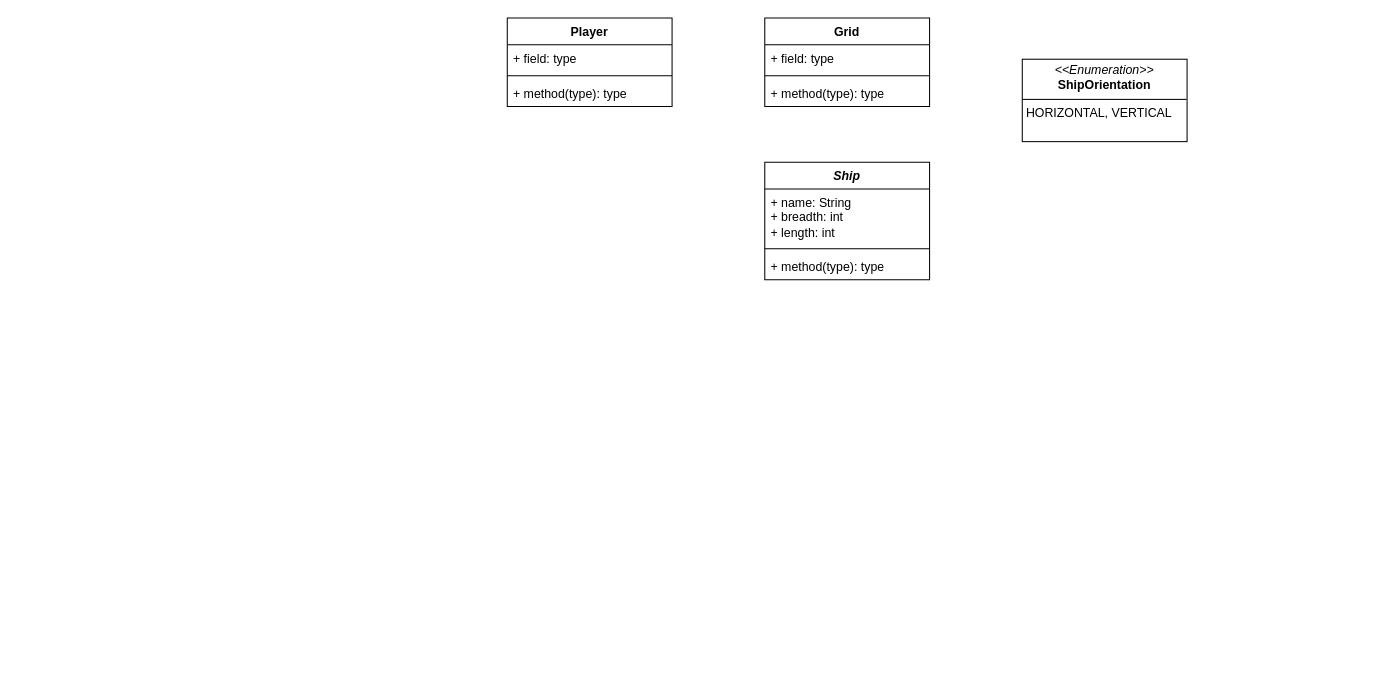
Before: lld/class_diagrams/battleship.drawio in nityabhaskar21/java_projects, a draw.io diagram. Source tidied: cells renumbered, new cells numbered last; positions are measured from the earlier drawing's top-left corner, leaving out a move shared by most shapes. Both pictures are drawn from the tidied source at 103%, with x=0, y=0 at pixel (507, 18).
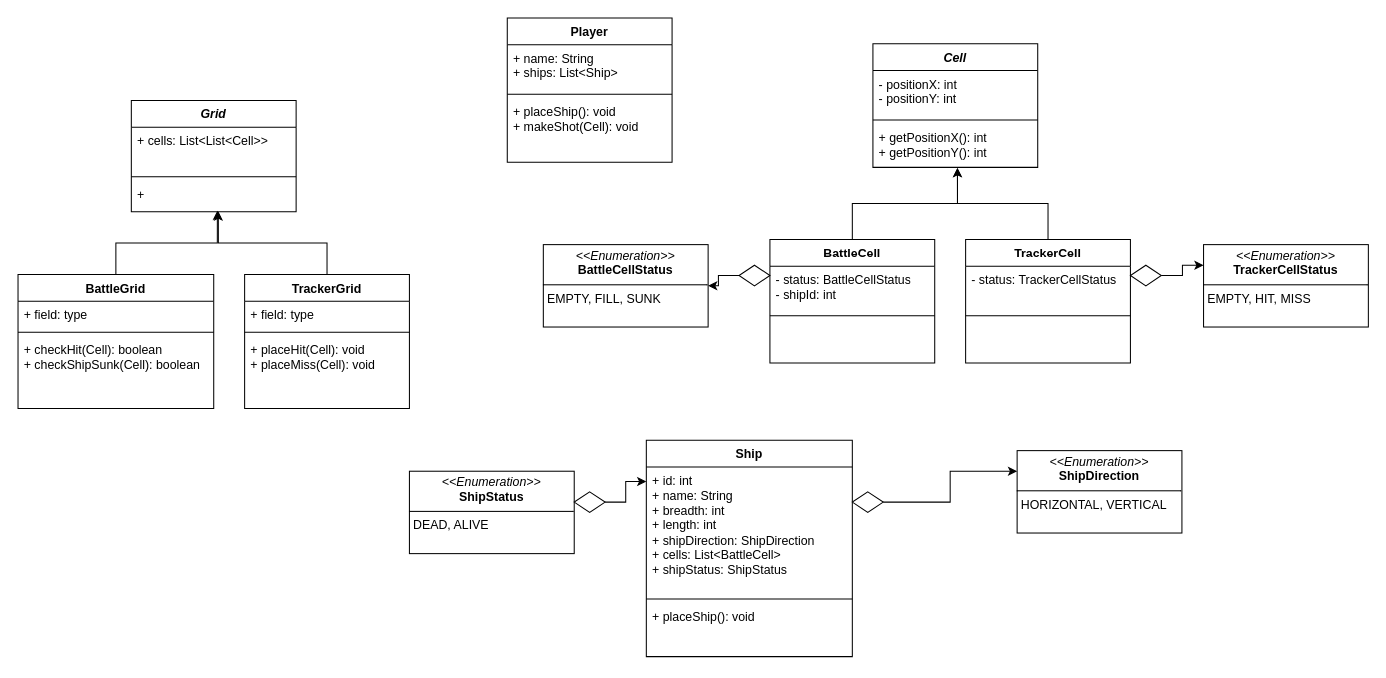
The same diagram, later.

Change to the diagram source:
```diff
@@
     <mxCell id="2" value="Player" style="swimlane;fontStyle=1;align=center;verticalAlign=top;horizontal=1;startSize=26;whiteSpace=wrap;html=1;" parent="1" vertex="1">
-      <mxGeometry width="160" height="86" as="geometry" />
+      <mxGeometry width="160" height="140" as="geometry" />
     </mxCell>
-    <mxCell id="3" value="+ field: type" style="text;strokeColor=none;fillColor=none;align=left;verticalAlign=top;spacingLeft=4;spacingRight=4;overflow=hidden;whiteSpace=wrap;html=1;" parent="2" vertex="1">
-      <mxGeometry y="26" width="160" height="26" as="geometry" />
+    <mxCell id="3" value="+ name: String&lt;div&gt;+ ships: List&amp;lt;Ship&amp;gt;&lt;/div&gt;" style="text;strokeColor=none;fillColor=none;align=left;verticalAlign=top;spacingLeft=4;spacingRight=4;overflow=hidden;whiteSpace=wrap;html=1;" parent="2" vertex="1">
+      <mxGeometry y="26" width="160" height="44" as="geometry" />
     </mxCell>
     <mxCell id="4" style="line;strokeWidth=1;fillColor=none;align=left;verticalAlign=middle;spacingTop=-1;spacingLeft=3;spacingRight=3;labelPosition=right;strokeColor=inherit;" parent="2" vertex="1">
-      <mxGeometry y="52" width="160" height="8" as="geometry" />
+      <mxGeometry y="70" width="160" height="8" as="geometry" />
     </mxCell>
-    <mxCell id="5" value="+ method(type): type" style="text;strokeColor=none;fillColor=none;align=left;verticalAlign=top;spacingLeft=4;spacingRight=4;overflow=hidden;whiteSpace=wrap;html=1;" parent="2" vertex="1">
-      <mxGeometry y="60" width="160" height="26" as="geometry" />
+    <mxCell id="5" value="+ placeShip(): void&lt;div&gt;+ makeShot(Cell): void&lt;/div&gt;" style="text;strokeColor=none;fillColor=none;align=left;verticalAlign=top;spacingLeft=4;spacingRight=4;overflow=hidden;whiteSpace=wrap;html=1;" parent="2" vertex="1">
+      <mxGeometry y="78" width="160" height="62" as="geometry" />
     </mxCell>
+    <mxCell id="15" style="group;" parent="1" vertex="1">
+      <mxGeometry x="-475" y="80" width="380" height="299" as="geometry" />
+    </mxCell>
+    <mxCell id="11" value="&lt;i&gt;Grid&lt;/i&gt;" style="swimlane;fontStyle=1;align=center;verticalAlign=top;horizontal=1;startSize=26;whiteSpace=wrap;html=1;" parent="15" vertex="1">
+      <mxGeometry x="110" width="160" height="108" as="geometry" />
+    </mxCell>
+    <mxCell id="12" value="+ cells: List&amp;lt;List&amp;lt;Cell&amp;gt;&amp;gt;&lt;div&gt;&lt;br&gt;&lt;/div&gt;" style="text;strokeColor=none;fillColor=none;align=left;verticalAlign=top;spacingLeft=4;spacingRight=4;overflow=hidden;whiteSpace=wrap;html=1;" parent="11" vertex="1">
+      <mxGeometry y="26" width="160" height="44" as="geometry" />
+    </mxCell>
+    <mxCell id="13" style="line;strokeWidth=1;fillColor=none;align=left;verticalAlign=middle;spacingTop=-1;spacingLeft=3;spacingRight=3;labelPosition=right;strokeColor=inherit;" parent="11" vertex="1">
+      <mxGeometry y="70" width="160" height="8" as="geometry" />
+    </mxCell>
+    <mxCell id="14" value="+" style="text;strokeColor=none;fillColor=none;align=left;verticalAlign=top;spacingLeft=4;spacingRight=4;overflow=hidden;points=[[0,0.5],[1,0.5]];portConstraint=eastwest;whiteSpace=wrap;html=1;" parent="11" vertex="1">
+      <mxGeometry y="78" width="160" height="30" as="geometry" />
+    </mxCell>
+    <mxCell id="16" value="BattleGrid" style="swimlane;fontStyle=1;align=center;verticalAlign=top;horizontal=1;startSize=26;whiteSpace=wrap;html=1;" parent="15" vertex="1">
+      <mxGeometry y="169" width="190" height="130" as="geometry" />
+    </mxCell>
+    <mxCell id="17" value="+ field: type" style="text;strokeColor=none;fillColor=none;align=left;verticalAlign=top;spacingLeft=4;spacingRight=4;overflow=hidden;whiteSpace=wrap;html=1;" parent="16" vertex="1">
+      <mxGeometry y="26" width="190" height="26" as="geometry" />
+    </mxCell>
+    <mxCell id="18" style="line;strokeWidth=1;fillColor=none;align=left;verticalAlign=middle;spacingTop=-1;spacingLeft=3;spacingRight=3;labelPosition=right;strokeColor=inherit;" parent="16" vertex="1">
+      <mxGeometry y="52" width="190" height="8" as="geometry" />
+    </mxCell>
+    <mxCell id="19" value="+ checkHit(Cell): boolean&lt;div&gt;+ checkShipSunk(Cell): boolean&lt;/div&gt;" style="text;strokeColor=none;fillColor=none;align=left;verticalAlign=top;spacingLeft=4;spacingRight=4;overflow=hidden;whiteSpace=wrap;html=1;" parent="16" vertex="1">
+      <mxGeometry y="60" width="190" height="70" as="geometry" />
+    </mxCell>
+    <mxCell id="20" value="TrackerGrid" style="swimlane;fontStyle=1;align=center;verticalAlign=top;horizontal=1;startSize=26;whiteSpace=wrap;html=1;" parent="15" vertex="1">
+      <mxGeometry x="220" y="169" width="160" height="130" as="geometry" />
+    </mxCell>
+    <mxCell id="21" value="+ field: type" style="text;strokeColor=none;fillColor=none;align=left;verticalAlign=top;spacingLeft=4;spacingRight=4;overflow=hidden;whiteSpace=wrap;html=1;" parent="20" vertex="1">
+      <mxGeometry y="26" width="160" height="26" as="geometry" />
+    </mxCell>
+    <mxCell id="22" style="line;strokeWidth=1;fillColor=none;align=left;verticalAlign=middle;spacingTop=-1;spacingLeft=3;spacingRight=3;labelPosition=right;strokeColor=inherit;" parent="20" vertex="1">
+      <mxGeometry y="52" width="160" height="8" as="geometry" />
+    </mxCell>
+    <mxCell id="23" value="+ placeHit(Cell): void&lt;div&gt;+ placeMiss(Cell): void&lt;/div&gt;" style="text;strokeColor=none;fillColor=none;align=left;verticalAlign=top;spacingLeft=4;spacingRight=4;overflow=hidden;whiteSpace=wrap;html=1;" parent="20" vertex="1">
+      <mxGeometry y="60" width="160" height="70" as="geometry" />
+    </mxCell>
+    <mxCell id="24" style="edgeStyle=orthogonalEdgeStyle;rounded=0;jettySize=auto;html=1;entryX=0.522;entryY=0.967;entryDx=0;entryDy=0;entryPerimeter=0;" parent="15" edge="1" source="16" target="14">
+      <mxGeometry relative="1" as="geometry" />
+    </mxCell>
+    <mxCell id="25" style="edgeStyle=orthogonalEdgeStyle;rounded=0;jettySize=auto;html=1;entryX=0.528;entryY=0.993;entryDx=0;entryDy=0;entryPerimeter=0;" parent="15" edge="1" source="20" target="14">
+      <mxGeometry relative="1" as="geometry" />
+    </mxCell>
+    <mxCell id="26" style="group;" parent="1" vertex="1">
+      <mxGeometry x="175" y="25" width="530" height="310" as="geometry" />
+    </mxCell>
+    <mxCell id="27" value="&lt;i&gt;Cell&lt;/i&gt;" style="swimlane;fontStyle=1;align=center;verticalAlign=top;horizontal=1;startSize=26;whiteSpace=wrap;html=1;" parent="26" vertex="1">
+      <mxGeometry x="180" width="160" height="120" as="geometry" />
+    </mxCell>
+    <mxCell id="28" value="- positionX: int&lt;div&gt;- positionY: int&lt;/div&gt;" style="text;strokeColor=none;fillColor=none;align=left;verticalAlign=top;spacingLeft=4;spacingRight=4;overflow=hidden;whiteSpace=wrap;html=1;" parent="27" vertex="1">
+      <mxGeometry y="26" width="160" height="44" as="geometry" />
+    </mxCell>
+    <mxCell id="29" style="line;strokeWidth=1;fillColor=none;align=left;verticalAlign=middle;spacingTop=-1;spacingLeft=3;spacingRight=3;labelPosition=right;strokeColor=inherit;" parent="27" vertex="1">
+      <mxGeometry y="70" width="160" height="8" as="geometry" />
+    </mxCell>
+    <mxCell id="30" value="+ getPositionX(): int&lt;div&gt;+ getPositionY(): int&lt;br&gt;&lt;/div&gt;" style="text;strokeColor=none;fillColor=none;align=left;verticalAlign=top;spacingLeft=4;spacingRight=4;overflow=hidden;points=[[0,0.5],[1,0.5]];portConstraint=eastwest;whiteSpace=wrap;html=1;" parent="27" vertex="1">
+      <mxGeometry y="78" width="160" height="42" as="geometry" />
+    </mxCell>
+    <mxCell id="31" value="BattleCell" style="swimlane;fontStyle=1;align=center;verticalAlign=top;horizontal=1;startSize=26;whiteSpace=wrap;html=1;" parent="26" vertex="1">
+      <mxGeometry x="80" y="190" width="160" height="120" as="geometry" />
+    </mxCell>
+    <mxCell id="32" value="- status: BattleCellStatus&lt;div&gt;- shipId: int&lt;/div&gt;" style="text;strokeColor=none;fillColor=none;align=left;verticalAlign=top;spacingLeft=4;spacingRight=4;overflow=hidden;whiteSpace=wrap;html=1;" parent="31" vertex="1">
+      <mxGeometry y="26" width="160" height="44" as="geometry" />
+    </mxCell>
+    <mxCell id="33" style="line;strokeWidth=1;fillColor=none;align=left;verticalAlign=middle;spacingTop=-1;spacingLeft=3;spacingRight=3;labelPosition=right;strokeColor=inherit;" parent="31" vertex="1">
+      <mxGeometry y="70" width="160" height="8" as="geometry" />
+    </mxCell>
+    <mxCell id="34" value="&lt;div&gt;&lt;br&gt;&lt;/div&gt;" style="text;strokeColor=none;fillColor=none;align=left;verticalAlign=top;spacingLeft=4;spacingRight=4;overflow=hidden;whiteSpace=wrap;html=1;" parent="31" vertex="1">
+      <mxGeometry y="78" width="160" height="42" as="geometry" />
+    </mxCell>
+    <mxCell id="35" value="TrackerCell" style="swimlane;fontStyle=1;align=center;verticalAlign=top;horizontal=1;startSize=26;whiteSpace=wrap;html=1;" parent="26" vertex="1">
+      <mxGeometry x="270" y="190" width="160" height="120" as="geometry" />
+    </mxCell>
+    <mxCell id="36" value="- status: TrackerCellStatus" style="text;strokeColor=none;fillColor=none;align=left;verticalAlign=top;spacingLeft=4;spacingRight=4;overflow=hidden;whiteSpace=wrap;html=1;" parent="35" vertex="1">
+      <mxGeometry y="26" width="160" height="44" as="geometry" />
+    </mxCell>
+    <mxCell id="37" style="line;strokeWidth=1;fillColor=none;align=left;verticalAlign=middle;spacingTop=-1;spacingLeft=3;spacingRight=3;labelPosition=right;strokeColor=inherit;" parent="35" vertex="1">
+      <mxGeometry y="70" width="160" height="8" as="geometry" />
+    </mxCell>
+    <mxCell id="38" value="&lt;div&gt;&lt;br&gt;&lt;/div&gt;" style="text;strokeColor=none;fillColor=none;align=left;verticalAlign=top;spacingLeft=4;spacingRight=4;overflow=hidden;whiteSpace=wrap;html=1;" parent="35" vertex="1">
+      <mxGeometry y="78" width="160" height="42" as="geometry" />
+    </mxCell>
+    <mxCell id="39" style="edgeStyle=orthogonalEdgeStyle;rounded=0;jettySize=auto;html=1;entryX=0.513;entryY=1.014;entryDx=0;entryDy=0;entryPerimeter=0;" parent="26" edge="1" source="31" target="30">
+      <mxGeometry relative="1" as="geometry" />
+    </mxCell>
+    <mxCell id="40" style="edgeStyle=orthogonalEdgeStyle;rounded=0;jettySize=auto;html=1;entryX=0.513;entryY=1.014;entryDx=0;entryDy=0;entryPerimeter=0;" parent="26" edge="1" source="35" target="30">
+      <mxGeometry relative="1" as="geometry" />
+    </mxCell>
+    <mxCell id="41" style="rhombus;whiteSpace=wrap;html=1;" parent="26" vertex="1">
+      <mxGeometry x="50" y="215" width="30" height="20" as="geometry" />
+    </mxCell>
+    <mxCell id="42" style="rhombus;whiteSpace=wrap;html=1;" parent="26" vertex="1">
+      <mxGeometry x="430" y="215" width="30" height="20" as="geometry" />
+    </mxCell>
+    <mxCell id="43" value="&lt;p style=&quot;margin:0px;margin-top:4px;text-align:center;&quot;&gt;&lt;i&gt;&amp;lt;&amp;lt;Enumeration&amp;gt;&amp;gt;&lt;/i&gt;&lt;br&gt;&lt;b&gt;BattleCellStatus&lt;/b&gt;&lt;/p&gt;&lt;hr size=&quot;1&quot; style=&quot;border-style:solid;&quot;&gt;&lt;p style=&quot;margin:0px;margin-left:4px;&quot;&gt;EMPTY, FILL, SUNK&lt;/p&gt;" style="verticalAlign=top;align=left;overflow=fill;html=1;whiteSpace=wrap;" parent="1" vertex="1">
+      <mxGeometry x="35" y="220" width="160" height="80" as="geometry" />
+    </mxCell>
+    <mxCell id="44" value="&lt;p style=&quot;margin:0px;margin-top:4px;text-align:center;&quot;&gt;&lt;i&gt;&amp;lt;&amp;lt;Enumeration&amp;gt;&amp;gt;&lt;/i&gt;&lt;br&gt;&lt;b&gt;TrackerCellStatus&lt;/b&gt;&lt;/p&gt;&lt;hr size=&quot;1&quot; style=&quot;border-style:solid;&quot;&gt;&lt;p style=&quot;margin:0px;margin-left:4px;&quot;&gt;EMPTY, HIT, MISS&lt;/p&gt;" style="verticalAlign=top;align=left;overflow=fill;html=1;whiteSpace=wrap;" parent="1" vertex="1">
+      <mxGeometry x="676" y="220" width="160" height="80" as="geometry" />
+    </mxCell>
+    <mxCell id="45" style="edgeStyle=orthogonalEdgeStyle;rounded=0;jettySize=auto;html=1;" parent="1" edge="1" source="41" target="43">
+      <mxGeometry relative="1" as="geometry" />
+    </mxCell>
+    <mxCell id="46" style="edgeStyle=orthogonalEdgeStyle;rounded=0;jettySize=auto;html=1;entryX=0;entryY=0.25;entryDx=0;entryDy=0;" parent="1" edge="1" source="42" target="44">
+      <mxGeometry relative="1" as="geometry" />
+    </mxCell>
+    <mxCell id="47" style="group;" parent="1" vertex="1">
+      <mxGeometry x="135" y="410" width="520" height="190" as="geometry" />
+    </mxCell>
-    <mxCell id="6" value="&lt;i&gt;Ship&lt;/i&gt;" style="swimlane;fontStyle=1;align=center;verticalAlign=top;horizontal=1;startSize=26;whiteSpace=wrap;html=1;" parent="1" vertex="1">
-      <mxGeometry x="250" y="140" width="160" height="114" as="geometry" />
+    <mxCell id="6" value="Ship" style="swimlane;fontStyle=1;align=center;verticalAlign=top;horizontal=1;startSize=26;whiteSpace=wrap;html=1;" parent="47" vertex="1">
+      <mxGeometry width="200" height="210" as="geometry" />
     </mxCell>
-    <mxCell id="7" value="+ name: String&lt;div&gt;+ breadth: int&lt;/div&gt;&lt;div&gt;+ length: int&lt;/div&gt;" style="text;strokeColor=none;fillColor=none;align=left;verticalAlign=top;spacingLeft=4;spacingRight=4;overflow=hidden;points=[[0,0.5],[1,0.5]];portConstraint=eastwest;whiteSpace=wrap;html=1;" parent="6" vertex="1">
-      <mxGeometry y="26" width="160" height="54" as="geometry" />
+    <mxCell id="7" value="&lt;div&gt;+ id: int&lt;/div&gt;+ name: String&lt;div&gt;+ breadth: int&lt;/div&gt;&lt;div&gt;+ length: int&lt;/div&gt;&lt;div&gt;+ shipDirection:&amp;nbsp;&lt;span style=&quot;background-color: initial; text-align: center;&quot;&gt;ShipDirection&lt;/span&gt;&lt;/div&gt;&lt;div&gt;&lt;span style=&quot;background-color: initial; text-align: center;&quot;&gt;+ cells: List&amp;lt;BattleCell&amp;gt;&lt;/span&gt;&lt;/div&gt;&lt;div&gt;&lt;span style=&quot;background-color: initial; text-align: center;&quot;&gt;+ shipStatus: ShipStatus&lt;/span&gt;&lt;/div&gt;" style="text;strokeColor=none;fillColor=none;align=left;verticalAlign=top;spacingLeft=4;spacingRight=4;overflow=hidden;points=[[0,0.5],[1,0.5]];portConstraint=eastwest;whiteSpace=wrap;html=1;" parent="6" vertex="1">
+      <mxGeometry y="26" width="200" height="124" as="geometry" />
     </mxCell>
     <mxCell id="8" style="line;strokeWidth=1;fillColor=none;align=left;verticalAlign=middle;spacingTop=-1;spacingLeft=3;spacingRight=3;labelPosition=right;strokeColor=inherit;" parent="6" vertex="1">
-      <mxGeometry y="80" width="160" height="8" as="geometry" />
+      <mxGeometry y="150" width="200" height="8" as="geometry" />
     </mxCell>
-    <mxCell id="9" value="+ method(type): type" style="text;strokeColor=none;fillColor=none;align=left;verticalAlign=top;spacingLeft=4;spacingRight=4;overflow=hidden;whiteSpace=wrap;html=1;" parent="6" vertex="1">
-      <mxGeometry y="88" width="160" height="26" as="geometry" />
+    <mxCell id="9" value="+ placeShip(): void" style="text;strokeColor=none;fillColor=none;align=left;verticalAlign=top;spacingLeft=4;spacingRight=4;overflow=hidden;whiteSpace=wrap;html=1;" parent="6" vertex="1">
+      <mxGeometry y="158" width="200" height="52" as="geometry" />
     </mxCell>
-    <mxCell id="10" value="&lt;p style=&quot;margin:0px;margin-top:4px;text-align:center;&quot;&gt;&lt;i&gt;&amp;lt;&amp;lt;Enumeration&amp;gt;&amp;gt;&lt;/i&gt;&lt;br&gt;&lt;b&gt;ShipOrientation&lt;/b&gt;&lt;/p&gt;&lt;hr size=&quot;1&quot; style=&quot;border-style:solid;&quot;&gt;&lt;p style=&quot;margin:0px;margin-left:4px;&quot;&gt;HORIZONTAL, VERTICAL&lt;/p&gt;" style="verticalAlign=top;align=left;overflow=fill;html=1;whiteSpace=wrap;" parent="1" vertex="1">
-      <mxGeometry x="500" y="40" width="160" height="80" as="geometry" />
+    <mxCell id="10" value="&lt;p style=&quot;margin: 4px 0px 0px; text-align: center;&quot;&gt;&lt;i&gt;&amp;lt;&amp;lt;Enumeration&amp;gt;&amp;gt;&lt;/i&gt;&lt;br&gt;&lt;b&gt;ShipDirection&lt;/b&gt;&lt;/p&gt;&lt;hr style=&quot;border-style: solid;&quot; size=&quot;1&quot;&gt;&lt;p style=&quot;margin: 0px 0px 0px 4px;&quot;&gt;HORIZONTAL, VERTICAL&lt;/p&gt;" style="verticalAlign=top;align=left;overflow=fill;html=1;whiteSpace=wrap;" parent="47" vertex="1">
+      <mxGeometry x="360" y="10" width="160" height="80" as="geometry" />
     </mxCell>
-    <mxCell id="11" value="Grid" style="swimlane;fontStyle=1;align=center;verticalAlign=top;horizontal=1;startSize=26;whiteSpace=wrap;html=1;" parent="1" vertex="1">
-      <mxGeometry x="250" width="160" height="86" as="geometry" />
-    </mxCell>
-    <mxCell id="12" value="+ field: type" style="text;strokeColor=none;fillColor=none;align=left;verticalAlign=top;spacingLeft=4;spacingRight=4;overflow=hidden;whiteSpace=wrap;html=1;" parent="11" vertex="1">
-      <mxGeometry y="26" width="160" height="26" as="geometry" />
-    </mxCell>
-    <mxCell id="13" style="line;strokeWidth=1;fillColor=none;align=left;verticalAlign=middle;spacingTop=-1;spacingLeft=3;spacingRight=3;labelPosition=right;strokeColor=inherit;" parent="11" vertex="1">
-      <mxGeometry y="52" width="160" height="8" as="geometry" />
-    </mxCell>
-    <mxCell id="14" value="+ method(type): type" style="text;strokeColor=none;fillColor=none;align=left;verticalAlign=top;spacingLeft=4;spacingRight=4;overflow=hidden;points=[[0,0.5],[1,0.5]];portConstraint=eastwest;whiteSpace=wrap;html=1;" parent="11" vertex="1">
-      <mxGeometry y="60" width="160" height="26" as="geometry" />
-    </mxCell>
+    <mxCell id="48" style="edgeStyle=orthogonalEdgeStyle;rounded=0;jettySize=auto;html=1;entryX=0;entryY=0.25;entryDx=0;entryDy=0;" parent="47" edge="1" source="49" target="10">
+      <mxGeometry relative="1" as="geometry" />
+    </mxCell>
+    <mxCell id="49" style="rhombus;whiteSpace=wrap;html=1;" parent="47" vertex="1">
+      <mxGeometry x="200" y="50" width="30" height="20" as="geometry" />
+    </mxCell>
+    <mxCell id="50" value="&lt;p style=&quot;margin: 4px 0px 0px; text-align: center;&quot;&gt;&lt;i&gt;&amp;lt;&amp;lt;Enumeration&amp;gt;&amp;gt;&lt;/i&gt;&lt;br&gt;&lt;b&gt;ShipStatus&lt;/b&gt;&lt;/p&gt;&lt;hr style=&quot;border-style: solid;&quot; size=&quot;1&quot;&gt;&lt;p style=&quot;margin: 0px 0px 0px 4px;&quot;&gt;DEAD, ALIVE&lt;/p&gt;" style="verticalAlign=top;align=left;overflow=fill;html=1;whiteSpace=wrap;" parent="1" vertex="1">
+      <mxGeometry x="-95" y="440" width="160" height="80" as="geometry" />
+    </mxCell>
+    <mxCell id="51" style="rhombus;whiteSpace=wrap;html=1;" parent="1" vertex="1">
+      <mxGeometry x="65" y="460" width="30" height="20" as="geometry" />
+    </mxCell>
+    <mxCell id="52" style="edgeStyle=orthogonalEdgeStyle;rounded=0;jettySize=auto;html=1;entryX=0;entryY=0.113;entryDx=0;entryDy=0;entryPerimeter=0;" parent="1" edge="1" source="51" target="7">
+      <mxGeometry relative="1" as="geometry" />
+    </mxCell>
```
